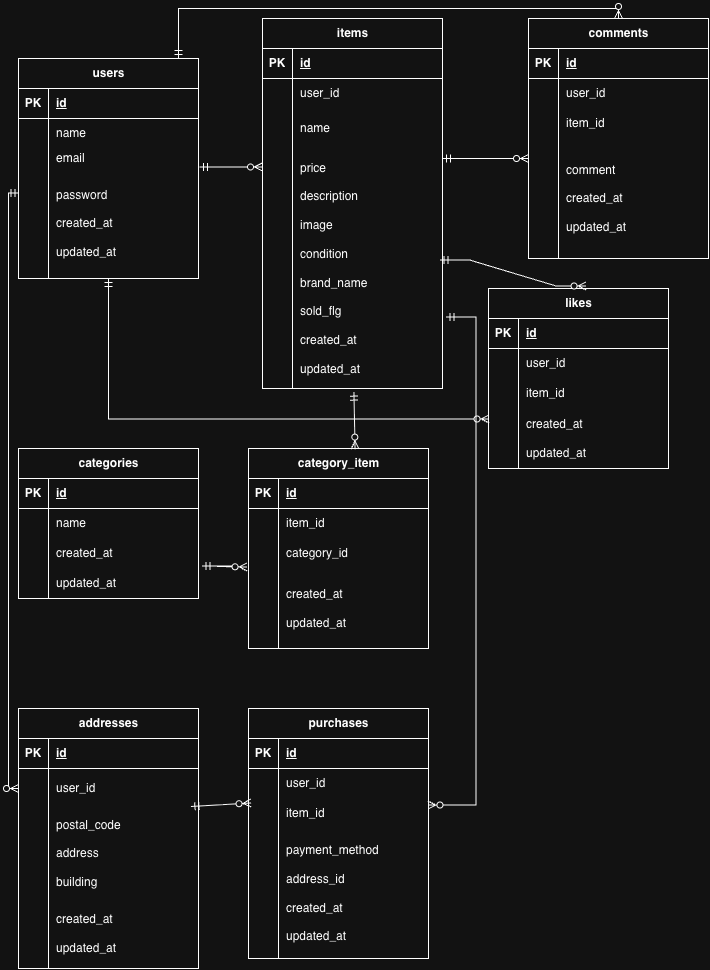
nana0710ing/test2 keeps this draw.io diagram as furima-app/images/furima_er.png. Above is the earlier version. Source tidied: cells renumbered, new cells last; positions are measured from the earlier drawing's top-left corner, leaving out a move shared by most shapes.
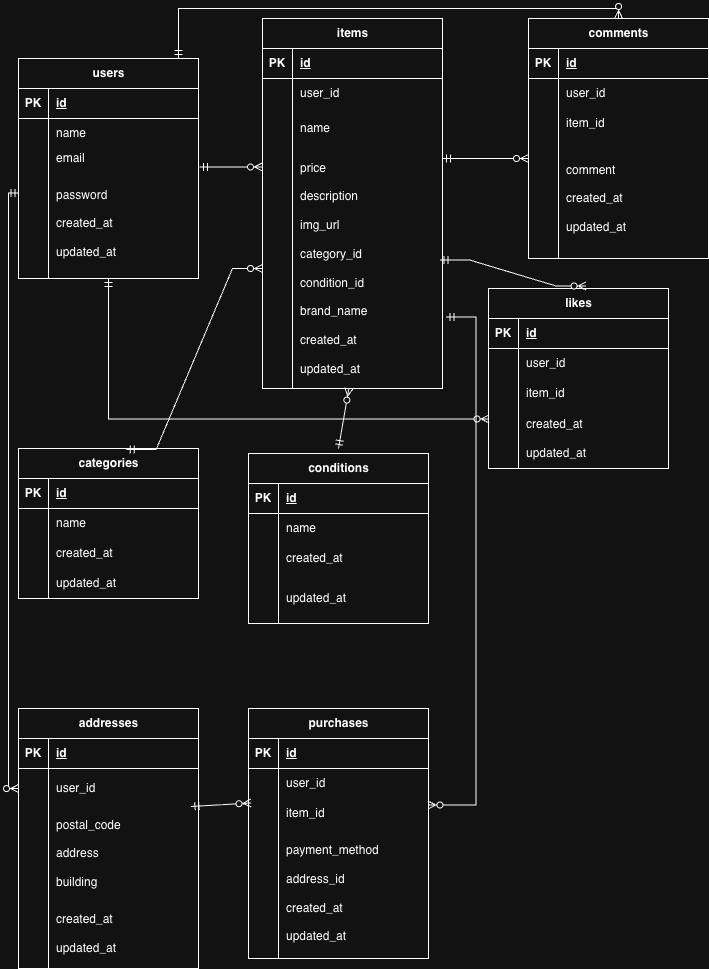
The same diagram one commit later.

What changed in the source:
```diff
@@ -38,7 +38,7 @@
     <mxCell id="13" style="shape=partialRectangle;fillColor=none;top=0;left=0;bottom=0;right=0;overflow=hidden;whiteSpace=wrap;html=1;" parent="12" vertex="1">
       <mxGeometry width="30" height="240" as="geometry" />
     </mxCell>
-    <mxCell id="14" value="price&lt;div&gt;&lt;br&gt;&lt;/div&gt;&lt;div&gt;description&lt;/div&gt;&lt;div&gt;&lt;br&gt;&lt;/div&gt;&lt;div&gt;image&lt;/div&gt;&lt;div&gt;&lt;br&gt;&lt;/div&gt;&lt;div&gt;condition&lt;/div&gt;&lt;div&gt;&lt;br&gt;&lt;/div&gt;&lt;div&gt;brand_name&lt;/div&gt;&lt;div&gt;&lt;br&gt;&lt;/div&gt;&lt;div&gt;sold_flg&lt;/div&gt;&lt;div&gt;&lt;br&gt;&lt;/div&gt;&lt;div&gt;created_at&lt;/div&gt;&lt;div&gt;&lt;br&gt;&lt;/div&gt;&lt;div&gt;updated_at&lt;/div&gt;" style="shape=partialRectangle;fillColor=none;top=0;left=0;bottom=0;right=0;align=left;spacingLeft=6;overflow=hidden;whiteSpace=wrap;html=1;" parent="12" vertex="1">
+    <mxCell id="14" value="price&lt;div&gt;&lt;br&gt;&lt;/div&gt;&lt;div&gt;description&lt;/div&gt;&lt;div&gt;&lt;br&gt;&lt;/div&gt;&lt;div&gt;img_url&lt;/div&gt;&lt;div&gt;&lt;br&gt;&lt;/div&gt;&lt;div&gt;category_id&lt;/div&gt;&lt;div&gt;&lt;br&gt;&lt;/div&gt;&lt;div&gt;condition_id&lt;/div&gt;&lt;div&gt;&lt;br&gt;&lt;/div&gt;&lt;div&gt;brand_name&lt;/div&gt;&lt;div&gt;&lt;br&gt;&lt;/div&gt;&lt;div&gt;created_at&lt;/div&gt;&lt;div&gt;&lt;br&gt;&lt;/div&gt;&lt;div&gt;updated_at&lt;/div&gt;" style="shape=partialRectangle;fillColor=none;top=0;left=0;bottom=0;right=0;align=left;spacingLeft=6;overflow=hidden;whiteSpace=wrap;html=1;" parent="12" vertex="1">
       <mxGeometry x="30" width="150" height="240" as="geometry" />
     </mxCell>
     <mxCell id="15" value="users" style="shape=table;startSize=30;rowLines=0;fontStyle=1;align=center;html=1;" parent="1" vertex="1">
@@ -119,8 +119,8 @@
     <mxCell id="40" value="updated_at" style="shape=partialRectangle;fillColor=none;top=0;left=0;bottom=0;right=0;align=left;spacingLeft=6;overflow=hidden;whiteSpace=wrap;html=1;" parent="38" vertex="1">
       <mxGeometry x="30" width="150" height="30" as="geometry" />
     </mxCell>
-    <mxCell id="41" value="category_item" style="shape=table;startSize=30;rowLines=0;fontStyle=1;align=center;html=1;" parent="1" vertex="1">
-      <mxGeometry x="230" y="440" width="180" height="200" as="geometry" />
+    <mxCell id="41" value="conditions" style="shape=table;startSize=30;rowLines=0;fontStyle=1;align=center;html=1;" parent="1" vertex="1">
+      <mxGeometry x="230" y="445" width="180" height="170" as="geometry" />
     </mxCell>
     <mxCell id="42" style="shape=tableRow;horizontal=0;startSize=0;swimlaneHead=0;swimlaneBody=0;fillColor=none;top=0;left=0;right=0;bottom=1;" parent="41" vertex="1">
       <mxGeometry y="30" width="180" height="30" as="geometry" />
@@ -137,7 +137,7 @@
     <mxCell id="46" style="shape=partialRectangle;fillColor=none;top=0;left=0;bottom=0;right=0;overflow=hidden;whiteSpace=wrap;html=1;" parent="45" vertex="1">
       <mxGeometry width="30" height="30" as="geometry" />
     </mxCell>
-    <mxCell id="47" value="item_id" style="shape=partialRectangle;fillColor=none;top=0;left=0;bottom=0;right=0;align=left;spacingLeft=6;overflow=hidden;whiteSpace=wrap;html=1;" parent="45" vertex="1">
+    <mxCell id="47" value="name" style="shape=partialRectangle;fillColor=none;top=0;left=0;bottom=0;right=0;align=left;spacingLeft=6;overflow=hidden;whiteSpace=wrap;html=1;" parent="45" vertex="1">
       <mxGeometry x="30" width="150" height="30" as="geometry" />
     </mxCell>
     <mxCell id="48" style="shape=tableRow;horizontal=0;startSize=0;swimlaneHead=0;swimlaneBody=0;fillColor=none;top=0;left=0;right=0;bottom=0;" parent="41" vertex="1">
@@ -146,17 +146,17 @@
     <mxCell id="49" style="shape=partialRectangle;fillColor=none;top=0;left=0;bottom=0;right=0;overflow=hidden;whiteSpace=wrap;html=1;" parent="48" vertex="1">
       <mxGeometry width="30" height="30" as="geometry" />
     </mxCell>
-    <mxCell id="50" value="category_id" style="shape=partialRectangle;fillColor=none;top=0;left=0;bottom=0;right=0;align=left;spacingLeft=6;overflow=hidden;whiteSpace=wrap;html=1;" parent="48" vertex="1">
+    <mxCell id="50" value="created_at" style="shape=partialRectangle;fillColor=none;top=0;left=0;bottom=0;right=0;align=left;spacingLeft=6;overflow=hidden;whiteSpace=wrap;html=1;" parent="48" vertex="1">
       <mxGeometry x="30" width="150" height="30" as="geometry" />
     </mxCell>
     <mxCell id="51" style="shape=tableRow;horizontal=0;startSize=0;swimlaneHead=0;swimlaneBody=0;fillColor=none;points=[[0,0.5],[1,0.5]];portConstraint=eastwest;top=0;left=0;right=0;bottom=0;" parent="41" vertex="1">
-      <mxGeometry y="120" width="180" height="80" as="geometry" />
+      <mxGeometry y="120" width="180" height="50" as="geometry" />
     </mxCell>
     <mxCell id="52" style="shape=partialRectangle;fillColor=none;top=0;left=0;bottom=0;right=0;overflow=hidden;whiteSpace=wrap;html=1;" parent="51" vertex="1">
-      <mxGeometry width="30" height="80" as="geometry" />
+      <mxGeometry width="30" height="50" as="geometry" />
     </mxCell>
-    <mxCell id="53" value="created_at&lt;div&gt;&lt;br&gt;&lt;/div&gt;&lt;div&gt;updated_at&lt;/div&gt;" style="shape=partialRectangle;fillColor=none;top=0;left=0;bottom=0;right=0;align=left;spacingLeft=6;overflow=hidden;whiteSpace=wrap;html=1;" parent="51" vertex="1">
-      <mxGeometry x="30" width="150" height="80" as="geometry" />
+    <mxCell id="53" value="updated_at" style="shape=partialRectangle;fillColor=none;top=0;left=0;bottom=0;right=0;align=left;spacingLeft=6;overflow=hidden;whiteSpace=wrap;html=1;" parent="51" vertex="1">
+      <mxGeometry x="30" width="150" height="50" as="geometry" />
     </mxCell>
     <mxCell id="54" value="comments" style="shape=table;startSize=30;rowLines=0;fontStyle=1;align=center;html=1;" parent="1" vertex="1">
       <mxGeometry x="510" y="10" width="180" height="240" as="geometry" />
@@ -349,14 +349,16 @@
         <mxPoint x="427.4" y="308.5" as="sourcePoint" />
       </mxGeometry>
     </mxCell>
-    <mxCell id="113" style="edgeStyle=entityRelationEdgeStyle;fontSize=12;html=1;endArrow=ERzeroToMany;startArrow=ERmandOne;rounded=0;exitX=1.019;exitY=-0.083;exitDx=0;exitDy=0;exitPerimeter=0;entryX=-0.008;entryY=-0.019;entryDx=0;entryDy=0;entryPerimeter=0;" parent="1" edge="1" source="38" target="51">
-      <mxGeometry relative="1" as="geometry" />
-    </mxCell>
-    <mxCell id="114" style="fontSize=12;html=1;endArrow=ERzeroToMany;startArrow=ERmandOne;rounded=0;entryX=0.592;entryY=0.003;entryDx=0;entryDy=0;entryPerimeter=0;exitX=0.508;exitY=1.015;exitDx=0;exitDy=0;exitPerimeter=0;" parent="1" edge="1" source="12" target="41">
-      <mxGeometry relative="1" as="geometry" />
-    </mxCell>
     <mxCell id="115" style="fontSize=12;html=1;endArrow=ERzeroToMany;startArrow=ERmandOne;rounded=0;exitX=0.958;exitY=0.95;exitDx=0;exitDy=0;exitPerimeter=0;entryX=0.014;entryY=0.15;entryDx=0;entryDy=0;entryPerimeter=0;" parent="1" edge="1" source="97" target="87">
       <mxGeometry relative="1" as="geometry" />
     </mxCell>
+    <mxCell id="116" style="fontSize=12;html=1;endArrow=ERzeroToMany;startArrow=ERmandOne;rounded=0;entryX=0.48;entryY=0.999;entryDx=0;entryDy=0;entryPerimeter=0;" parent="1" edge="1" target="12">
+      <mxGeometry relative="1" as="geometry">
+        <mxPoint x="320" y="440" as="sourcePoint" />
+      </mxGeometry>
+    </mxCell>
+    <mxCell id="117" style="edgeStyle=entityRelationEdgeStyle;fontSize=12;html=1;endArrow=ERzeroToMany;startArrow=ERmandOne;rounded=0;exitX=0.598;exitY=0.007;exitDx=0;exitDy=0;exitPerimeter=0;entryX=0;entryY=0.5;entryDx=0;entryDy=0;" parent="1" edge="1" source="28" target="12">
+      <mxGeometry relative="1" as="geometry" />
+    </mxCell>
   </root>
 </mxGraphModel>
```
